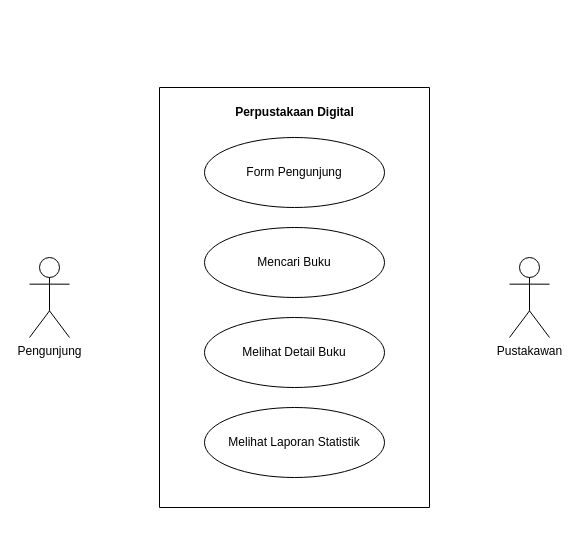
This is Use-CasePD.drawio from sastafelishaa/tefa-perpusdigital, a draw.io file, before an edit. Source tidied: cells renumbered, new cells numbered last; positions are measured from the earlier drawing's top-left corner, leaving out a move shared by most shapes. Both pictures are drawn from the tidied source at 100%, with x=0, y=0 at pixel (29, 87).
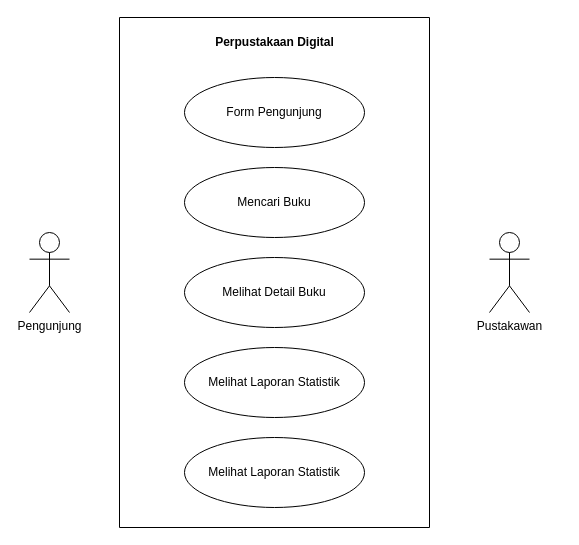
Above is the later version.

What changed in the source:
```diff
@@
 <mxGraphModel>
   <root>
     <mxCell id="0" />
     <mxCell id="1" parent="0" />
     <mxCell id="2" value="Pengunjung" style="shape=umlActor;verticalLabelPosition=bottom;verticalAlign=top;html=1;" parent="1" vertex="1">
-      <mxGeometry y="170" width="40" height="80" as="geometry" />
+      <mxGeometry y="145" width="40" height="80" as="geometry" />
     </mxCell>
     <mxCell id="3" value="Pustakawan" style="shape=umlActor;verticalLabelPosition=bottom;verticalAlign=top;html=1;" parent="1" vertex="1">
-      <mxGeometry x="480" y="170" width="40" height="80" as="geometry" />
+      <mxGeometry x="460" y="145" width="40" height="80" as="geometry" />
     </mxCell>
     <mxCell id="4" style="swimlane;startSize=0;" parent="1" vertex="1">
-      <mxGeometry x="130" width="270" height="420" as="geometry" />
+      <mxGeometry x="90" y="-70" width="310" height="510" as="geometry" />
     </mxCell>
     <mxCell id="5" value="Perpustakaan Digital" style="text;html=1;align=center;verticalAlign=middle;strokeColor=none;fillColor=none;fontStyle=1;" parent="4" vertex="1">
-      <mxGeometry x="65" y="10" width="140" height="30" as="geometry" />
+      <mxGeometry x="85" y="10" width="140" height="30" as="geometry" />
     </mxCell>
     <mxCell id="6" value="Form Pengunjung" style="ellipse;whiteSpace=wrap;html=1;" parent="4" vertex="1">
-      <mxGeometry x="45" y="50" width="180" height="70" as="geometry" />
+      <mxGeometry x="65" y="60" width="180" height="70" as="geometry" />
     </mxCell>
     <mxCell id="7" value="Mencari Buku" style="ellipse;whiteSpace=wrap;html=1;" parent="4" vertex="1">
-      <mxGeometry x="45" y="140" width="180" height="70" as="geometry" />
+      <mxGeometry x="65" y="150" width="180" height="70" as="geometry" />
     </mxCell>
     <mxCell id="8" value="Melihat Detail Buku" style="ellipse;whiteSpace=wrap;html=1;" parent="4" vertex="1">
-      <mxGeometry x="45" y="230" width="180" height="70" as="geometry" />
+      <mxGeometry x="65" y="240" width="180" height="70" as="geometry" />
     </mxCell>
     <mxCell id="9" value="Melihat Laporan Statistik" style="ellipse;whiteSpace=wrap;html=1;" parent="4" vertex="1">
-      <mxGeometry x="45" y="320" width="180" height="70" as="geometry" />
+      <mxGeometry x="65" y="330" width="180" height="70" as="geometry" />
     </mxCell>
+    <mxCell id="10" value="Melihat Laporan Statistik" style="ellipse;whiteSpace=wrap;html=1;" parent="4" vertex="1">
+      <mxGeometry x="65" y="420" width="180" height="70" as="geometry" />
+    </mxCell>
   </root>
 </mxGraphModel>
```
